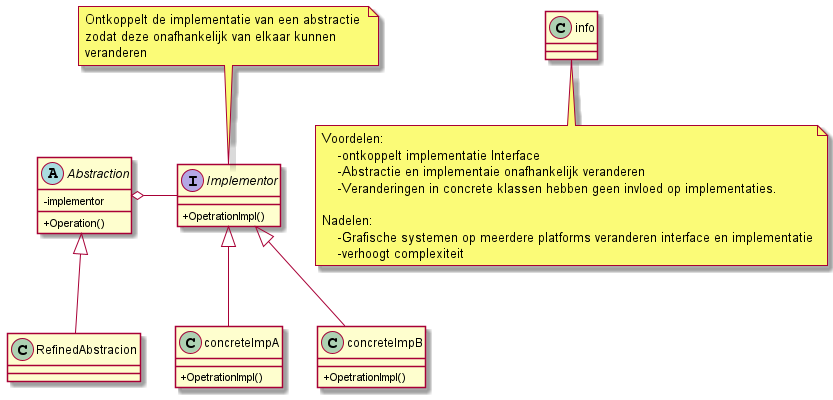
Earlier version of the PlantUML export img/img2/Bridge.png (Kaguya268/Kaguya268.github.io). The source it was exported from:
```plantuml
@startuml Bridge
skinparam ClassAttributeIconSize 0

abstract class Abstraction{
    -implementor
    +Operation()
}
Interface Implementor{
    +OpetrationImpl()
}
class RefinedAbstracion{}

class concreteImpA{
    +OpetrationImpl()
}
class concreteImpB{
    +OpetrationImpl()
}

Abstraction<|-- RefinedAbstracion
Abstraction o- Implementor
Implementor<|-- concreteImpA
Implementor<|-- concreteImpB

note top of Implementor{
    Ontkoppelt de implementatie van een abstractie
    zodat deze onafhankelijk van elkaar kunnen
    veranderen
}
class info
note bottom of info{
    Voordelen:
        -ontkoppelt implementatie Interface
        -Abstractie en implementaie onafhankelijk veranderen
        -Veranderingen in concrete klassen hebben geen invloed op implementaties.

    Nadelen:
        -Grafische systemen op meerdere platforms veranderen interface en implementatie
        -verhoogt complexiteit
}
@enduml
```
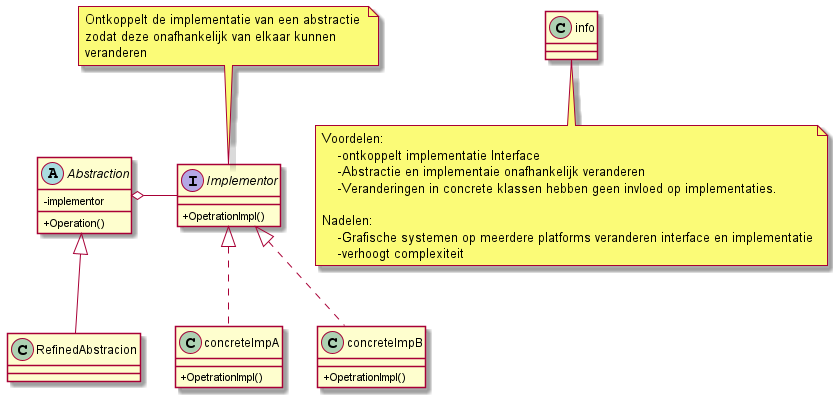
Above is the later version.

Diff of the diagram source:
```diff
@@ -19,8 +19,8 @@
 
 Abstraction<|-- RefinedAbstracion
 Abstraction o- Implementor
-Implementor<|-- concreteImpA
-Implementor<|-- concreteImpB
+Implementor<|.. concreteImpA
+Implementor<|.. concreteImpB
 
 note top of Implementor{
     Ontkoppelt de implementatie van een abstractie
```
